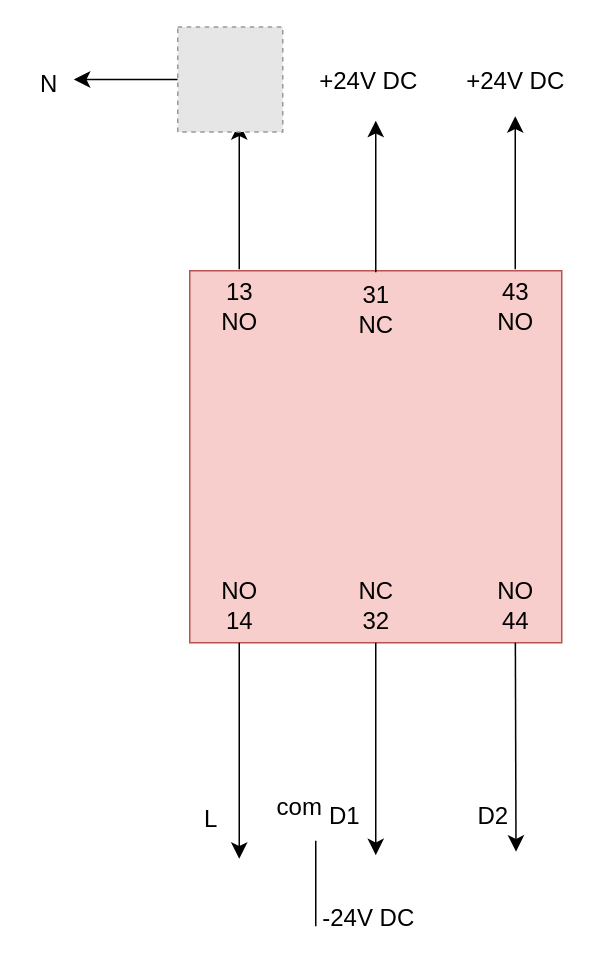
Before: Lab 1 PLC.drawio in CoderKinley/backendfile, a draw.io diagram. Source tidied: cells renumbered, new cells numbered last; positions are measured from the earlier drawing's top-left corner, leaving out a move shared by most shapes. Both pictures are drawn from the tidied source at 150%, with x=0, y=0 at pixel (26, 27). Pictures stored in the file or linked from it are replaced by grey dashed boxes.
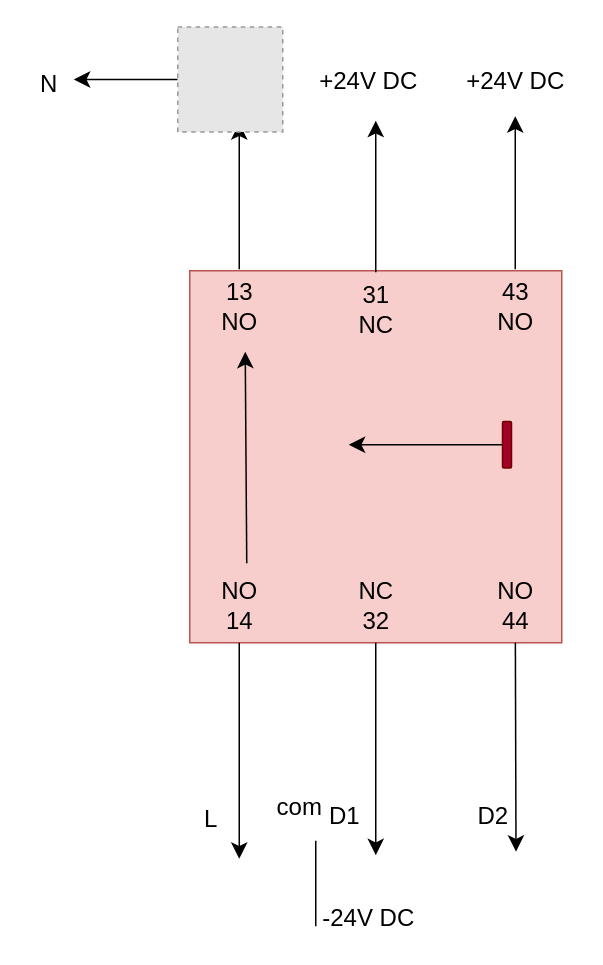
The same diagram, later.

Unchanged cells that the change refers to:
```xml
<mxCell id="4" value="13&lt;br&gt;NO" style="text;html=1;align=center;verticalAlign=middle;points=[];strokeColor=none;fillColor=none;fontSize=16;" parent="1" vertex="1">
  <mxGeometry x="121" y="161" width="42" height="50" as="geometry" />
</mxCell>
<mxCell id="14" value="NO&lt;br&gt;14" style="text;html=1;align=center;verticalAlign=middle;points=[];strokeColor=none;fillColor=none;fontSize=16;" parent="1" vertex="1">
  <mxGeometry x="121" y="360" width="42" height="50" as="geometry" />
</mxCell>
```

Diff of the diagram source:
```diff
@@
+    <mxCell id="26" style="endArrow=classic;html=1;rounded=0;fontSize=12;startSize=8;endSize=8;curved=1;strokeColor=default;entryX=0.595;entryY=1.1;entryDx=0;entryDy=0;entryPerimeter=0;exitX=0.619;exitY=-0.06;exitDx=0;exitDy=0;exitPerimeter=0;" parent="1" edge="1" source="14" target="4">
+      <mxGeometry relative="1" as="geometry" />
+    </mxCell>
+    <mxCell id="27" style="endArrow=classic;html=1;rounded=0;fontSize=12;startSize=8;endSize=8;curved=1;" parent="1" edge="1" source="29">
+      <mxGeometry relative="1" as="geometry">
+        <mxPoint x="215" y="278" as="targetPoint" />
+      </mxGeometry>
+    </mxCell>
+    <mxCell id="28" style="endArrow=classic;html=1;rounded=0;fontSize=12;startSize=8;endSize=8;curved=1;" parent="1" edge="1" target="29">
+      <mxGeometry relative="1" as="geometry">
+        <mxPoint x="317" y="275" as="sourcePoint" />
+      </mxGeometry>
+    </mxCell>
+    <mxCell id="29" style="rounded=1;whiteSpace=wrap;html=1;fontSize=16;rotation=-90;fillColor=#a20025;fontColor=#ffffff;strokeColor=#6F0000;" parent="1" vertex="1">
+      <mxGeometry x="305" y="275" width="31" height="6" as="geometry" />
+    </mxCell>
```
